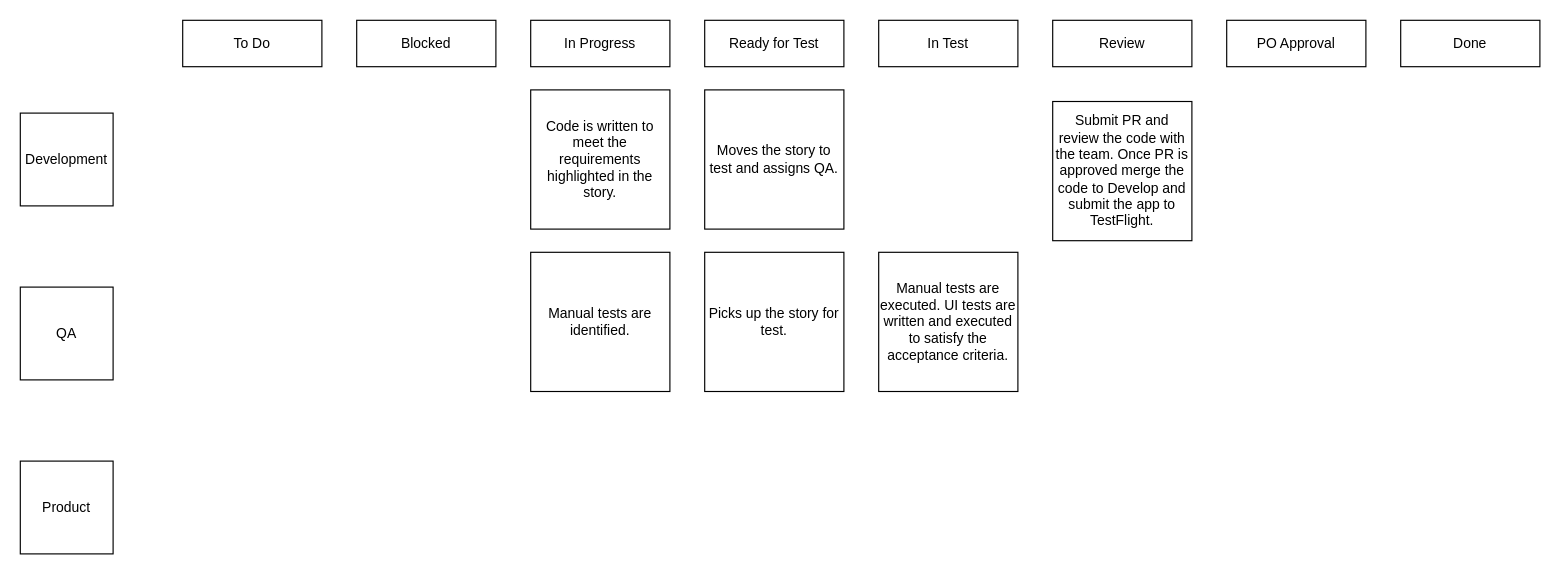
mohandin/hello-world keeps this draw.io diagram as Untitled Diagram.drawio. Above is the earlier version. Source tidied: cells renumbered, new cells numbered last; positions are measured from the earlier drawing's top-left corner, leaving out a move shared by most shapes. Both pictures are drawn from the tidied source at 116%, with x=0, y=0 at pixel (20, 20).
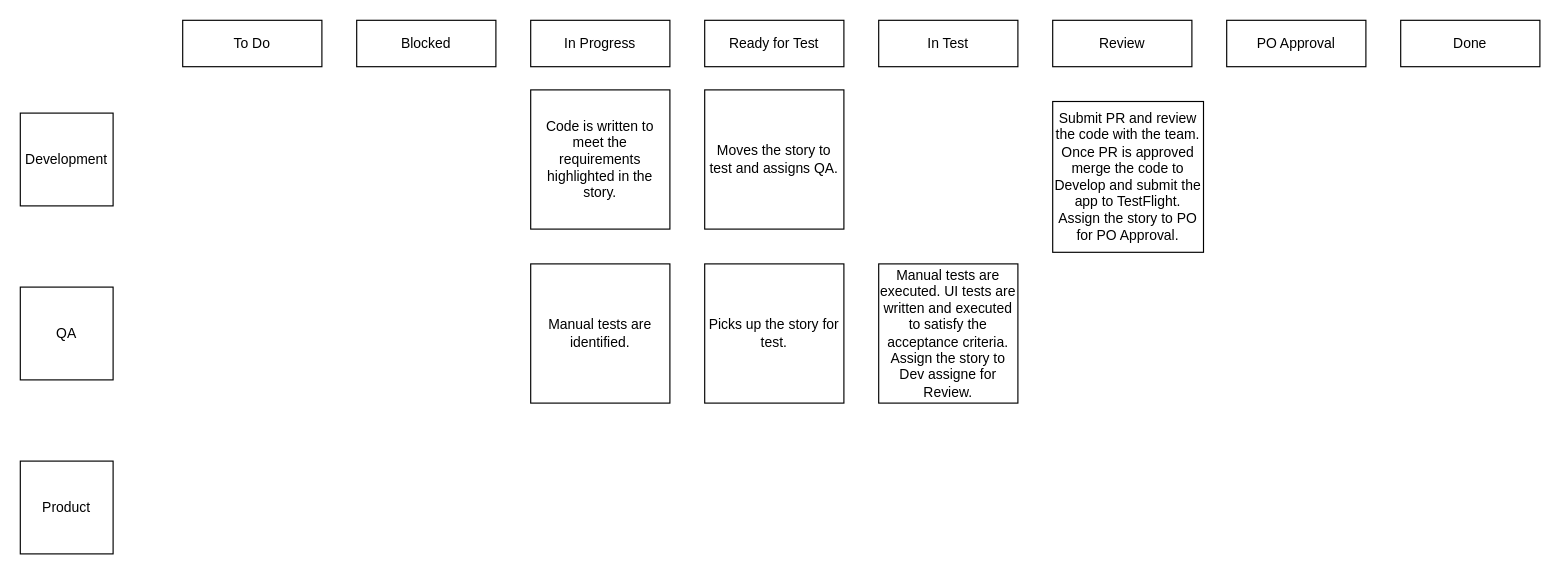
The same page after the edit.

Diff of the diagram source:
```diff
@@
 <mxGraphModel>
   <root>
     <mxCell id="0" />
     <mxCell id="1" parent="0" />
     <mxCell id="2" value="To Do" style="rounded=0;whiteSpace=wrap;html=1;" parent="1" vertex="1">
       <mxGeometry x="140" width="120" height="40" as="geometry" />
     </mxCell>
     <mxCell id="3" value="Blocked" style="rounded=0;whiteSpace=wrap;html=1;" parent="1" vertex="1">
       <mxGeometry x="290" width="120" height="40" as="geometry" />
     </mxCell>
     <mxCell id="4" value="In Progress" style="rounded=0;whiteSpace=wrap;html=1;" parent="1" vertex="1">
       <mxGeometry x="440" width="120" height="40" as="geometry" />
     </mxCell>
     <mxCell id="5" value="Ready for Test" style="rounded=0;whiteSpace=wrap;html=1;" parent="1" vertex="1">
       <mxGeometry x="590" width="120" height="40" as="geometry" />
     </mxCell>
     <mxCell id="6" value="In Test" style="rounded=0;whiteSpace=wrap;html=1;" parent="1" vertex="1">
       <mxGeometry x="740" width="120" height="40" as="geometry" />
     </mxCell>
     <mxCell id="7" value="Review" style="rounded=0;whiteSpace=wrap;html=1;" parent="1" vertex="1">
       <mxGeometry x="890" width="120" height="40" as="geometry" />
     </mxCell>
     <mxCell id="8" value="PO Approval" style="rounded=0;whiteSpace=wrap;html=1;" parent="1" vertex="1">
       <mxGeometry x="1040" width="120" height="40" as="geometry" />
     </mxCell>
     <mxCell id="9" value="Done" style="rounded=0;whiteSpace=wrap;html=1;" parent="1" vertex="1">
       <mxGeometry x="1190" width="120" height="40" as="geometry" />
     </mxCell>
     <mxCell id="10" value="QA" style="whiteSpace=wrap;html=1;" parent="1" vertex="1">
       <mxGeometry y="230" width="80" height="80" as="geometry" />
     </mxCell>
     <mxCell id="11" value="Development" style="whiteSpace=wrap;html=1;" parent="1" vertex="1">
       <mxGeometry y="80" width="80" height="80" as="geometry" />
     </mxCell>
     <mxCell id="12" value="Product" style="whiteSpace=wrap;html=1;" parent="1" vertex="1">
       <mxGeometry y="380" width="80" height="80" as="geometry" />
     </mxCell>
     <mxCell id="13" value="Moves the story to test and assigns QA." style="whiteSpace=wrap;html=1;align=center;" parent="1" vertex="1">
       <mxGeometry x="590" y="60" width="120" height="120" as="geometry" />
     </mxCell>
     <mxCell id="14" value="Code is written to meet the requirements highlighted in the story." style="whiteSpace=wrap;html=1;align=center;" parent="1" vertex="1">
       <mxGeometry x="440" y="60" width="120" height="120" as="geometry" />
     </mxCell>
     <mxCell id="15" value="Picks up the story for test." style="whiteSpace=wrap;html=1;align=center;" parent="1" vertex="1">
-      <mxGeometry x="590" y="200" width="120" height="120" as="geometry" />
+      <mxGeometry x="590" y="210" width="120" height="120" as="geometry" />
     </mxCell>
-    <mxCell id="16" value="Manual tests are executed. UI tests are written and executed to satisfy the acceptance criteria." style="whiteSpace=wrap;html=1;align=center;" parent="1" vertex="1">
-      <mxGeometry x="740" y="200" width="120" height="120" as="geometry" />
+    <mxCell id="16" value="Manual tests are executed. UI tests are written and executed to satisfy the acceptance criteria. Assign the story to Dev assigne for Review." style="whiteSpace=wrap;html=1;align=center;" parent="1" vertex="1">
+      <mxGeometry x="740" y="210" width="120" height="120" as="geometry" />
     </mxCell>
     <mxCell id="17" value="Manual tests are identified." style="whiteSpace=wrap;html=1;align=center;" parent="1" vertex="1">
-      <mxGeometry x="440" y="200" width="120" height="120" as="geometry" />
+      <mxGeometry x="440" y="210" width="120" height="120" as="geometry" />
     </mxCell>
-    <mxCell id="18" value="Submit PR and review the code with the team. Once PR is approved merge the code to Develop and submit the app to TestFlight." style="whiteSpace=wrap;html=1;align=center;" parent="1" vertex="1">
-      <mxGeometry x="890" y="70" width="120" height="120" as="geometry" />
+    <mxCell id="18" value="Submit PR and review the code with the team. Once PR is approved merge the code to Develop and submit the app to TestFlight. Assign the story to PO for PO Approval." style="whiteSpace=wrap;html=1;align=center;" parent="1" vertex="1">
+      <mxGeometry x="890" y="70" width="130" height="130" as="geometry" />
     </mxCell>
   </root>
 </mxGraphModel>
```
